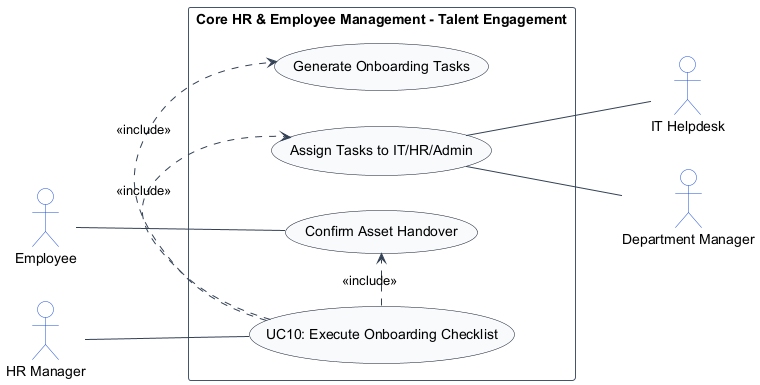
This is usecase_images/UC10.png from TamBui1706/HRPlatform, a PlantUML export, as it was before one commit.
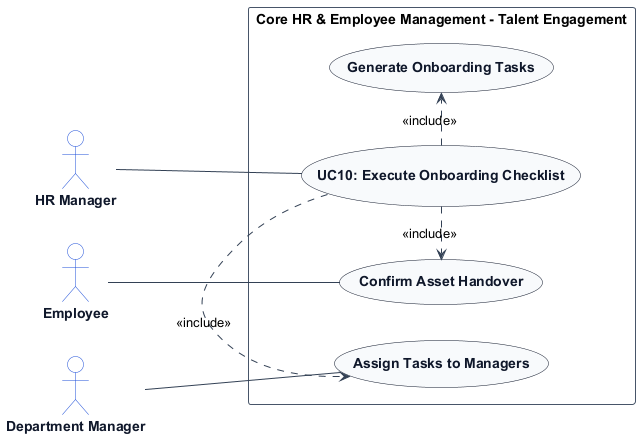
After the commit.

The edit, as a diff of the source:
```diff
@@ -7,28 +7,32 @@
 skinparam ArrowColor #334155
 skinparam ActorBorderColor #1d4ed8
 skinparam ActorBackgroundColor #ffffff
+skinparam ActorFontColor #0f172a
+skinparam ActorFontStyle bold
+
 skinparam UsecaseBorderColor #0f172a
 skinparam UsecaseBackgroundColor #f8fafc
+skinparam UsecaseFontColor #0f172a
+skinparam UsecaseFontStyle bold
+
 skinparam RectangleBorderColor #475569
 skinparam RectangleBackgroundColor #ffffff
 
+actor "HR Manager" as HRManager
 actor "Employee" as Employee
-actor "HR Manager" as HRManager
-actor "IT Helpdesk" as ITHelpdesk
 actor "Department Manager" as DepartmentManager
 
 rectangle "Core HR & Employee Management - Talent Engagement" {
     usecase "UC10: Execute Onboarding Checklist" as UC_Main
     usecase "Generate Onboarding Tasks" as UC_GenTasks
-    usecase "Assign Tasks to IT/HR/Admin" as UC_AssignDepts
+    usecase "Assign Tasks to Managers" as UC_AssignDepts
     usecase "Confirm Asset Handover" as UC_ConfirmAsset
 
+    HRManager -- UC_Main
     Employee -- UC_ConfirmAsset
-    HRManager -- UC_Main
+    DepartmentManager -- UC_AssignDepts
     UC_Main .> UC_GenTasks : <<include>>
     UC_Main .> UC_AssignDepts : <<include>>
     UC_Main .> UC_ConfirmAsset : <<include>>
-    UC_AssignDepts -- ITHelpdesk
-    UC_AssignDepts -- DepartmentManager
 }
 @enduml
```
